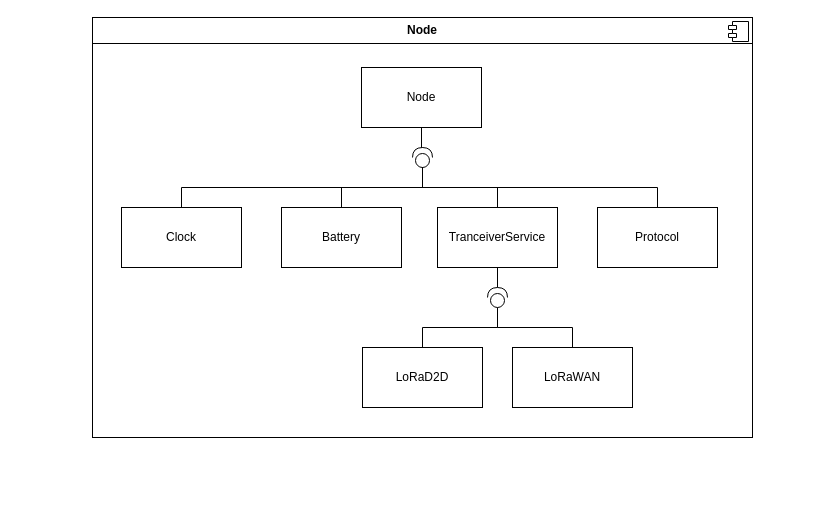
Above: Figures/technicalAnalysis/simulator/node/nodeBlock.drawio in Mikkelnn/ES8-Project (draw.io), before the change. Source tidied: cells renumbered, new cells numbered last; positions are measured from the earlier drawing's top-left corner, leaving out a move shared by most shapes. Both pictures are drawn from the tidied source at 100%, with x=0, y=0 at pixel (92, 17).
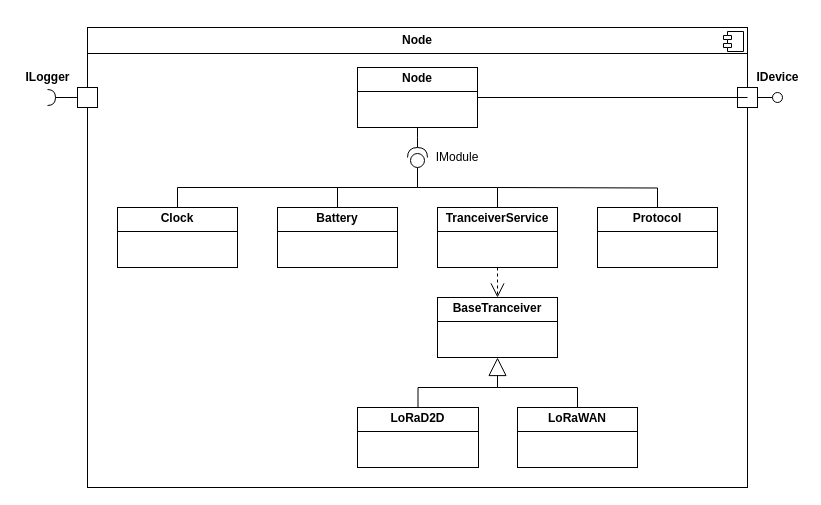
The same page after the edit.

Diff of the diagram source:
```diff
@@
-    <mxCell id="2" style="ellipse;whiteSpace=wrap;html=1;align=center;fillColor=none;strokeColor=none;perimeter=centerPerimeter;" parent="1" vertex="1">
-      <mxGeometry x="124" y="440" width="10" height="10" as="geometry" />
-    </mxCell>
     <mxCell id="3" value="&lt;p style=&quot;margin:0px;margin-top:6px;text-align:center;&quot;&gt;&lt;b&gt;Node&lt;/b&gt;&lt;/p&gt;&lt;hr size=&quot;1&quot; style=&quot;border-style:solid;&quot;&gt;&lt;p style=&quot;margin:0px;margin-left:8px;&quot;&gt;&lt;br&gt;&lt;/p&gt;" style="align=left;overflow=fill;html=1;whiteSpace=wrap;" parent="1" vertex="1">
-      <mxGeometry width="660" height="420" as="geometry" />
+      <mxGeometry x="-5" y="10" width="660" height="460" as="geometry" />
     </mxCell>
@@
+    <mxCell id="2" style="ellipse;whiteSpace=wrap;html=1;align=center;fillColor=none;strokeColor=none;perimeter=centerPerimeter;" parent="1" vertex="1">
+      <mxGeometry x="124" y="440" width="10" height="10" as="geometry" />
+    </mxCell>
-    <mxCell id="5" style="edgeStyle=orthogonalEdgeStyle;rounded=0;jettySize=auto;html=1;endArrow=none;endFill=0;" parent="1" edge="1" source="6" target="16">
+    <mxCell id="5" style="edgeStyle=elbowEdgeStyle;rounded=0;jettySize=auto;html=1;endArrow=none;endFill=0;exitX=0.5;exitY=1;exitDx=0;exitDy=0;" parent="1" edge="1" source="6" target="16">
       <mxGeometry relative="1" as="geometry" />
     </mxCell>
-    <mxCell id="6" value="Node" style="rounded=0;whiteSpace=wrap;html=1;" parent="1" vertex="1">
-      <mxGeometry x="269" y="50" width="120" height="60" as="geometry" />
-    </mxCell>
+    <mxCell id="10" style="edgeStyle=orthogonalEdgeStyle;rounded=0;jettySize=auto;html=1;entryX=0;entryY=0.5;entryDx=0;entryDy=0;entryPerimeter=0;exitX=0.5;exitY=0;exitDx=0;exitDy=0;endArrow=none;endFill=0;" parent="1" edge="1" source="11" target="16">
+      <mxGeometry relative="1" as="geometry">
+        <Array as="points">
+          <mxPoint x="405" y="170" />
+          <mxPoint x="325" y="170" />
+        </Array>
+      </mxGeometry>
+    </mxCell>
+    <mxCell id="12" style="edgeStyle=orthogonalEdgeStyle;rounded=0;jettySize=auto;html=1;endArrow=none;endFill=0;exitX=0.5;exitY=0;exitDx=0;exitDy=0;" parent="1" edge="1" source="13">
+      <mxGeometry relative="1" as="geometry">
+        <mxPoint x="405" y="370" as="targetPoint" />
+        <Array as="points">
+          <mxPoint x="326" y="370" />
+          <mxPoint x="405" y="370" />
+        </Array>
+      </mxGeometry>
+    </mxCell>
+    <mxCell id="16" style="shape=providedRequiredInterface;html=1;verticalLabelPosition=bottom;sketch=0;rotation=-90;" parent="1" vertex="1">
+      <mxGeometry x="315" y="130" width="20" height="20" as="geometry" />
+    </mxCell>
-    <mxCell id="7" value="Clock" style="rounded=0;whiteSpace=wrap;html=1;" parent="1" vertex="1">
-      <mxGeometry x="29" y="190" width="120" height="60" as="geometry" />
+    <mxCell id="7" value="&lt;p style=&quot;margin:0px;margin-top:4px;text-align:center;&quot;&gt;&lt;b&gt;Clock&lt;/b&gt;&lt;/p&gt;&lt;hr size=&quot;1&quot; style=&quot;border-style:solid;&quot;&gt;&lt;div style=&quot;height:2px;&quot;&gt;&lt;/div&gt;" style="verticalAlign=top;align=left;overflow=fill;html=1;whiteSpace=wrap;" parent="1" vertex="1">
+      <mxGeometry x="25" y="190" width="120" height="60" as="geometry" />
     </mxCell>
-    <mxCell id="8" value="Battery" style="rounded=0;whiteSpace=wrap;html=1;" parent="1" vertex="1">
-      <mxGeometry x="189" y="190" width="120" height="60" as="geometry" />
+    <mxCell id="8" value="&lt;p style=&quot;margin:0px;margin-top:4px;text-align:center;&quot;&gt;&lt;b&gt;Battery&lt;/b&gt;&lt;/p&gt;&lt;hr size=&quot;1&quot; style=&quot;border-style:solid;&quot;&gt;&lt;div style=&quot;height:2px;&quot;&gt;&lt;/div&gt;" style="verticalAlign=top;align=left;overflow=fill;html=1;whiteSpace=wrap;" parent="1" vertex="1">
+      <mxGeometry x="185" y="190" width="120" height="60" as="geometry" />
     </mxCell>
+    <mxCell id="11" value="&lt;p style=&quot;margin:0px;margin-top:4px;text-align:center;&quot;&gt;&lt;b&gt;TranceiverService&lt;/b&gt;&lt;/p&gt;&lt;hr size=&quot;1&quot; style=&quot;border-style:solid;&quot;&gt;&lt;div style=&quot;height:2px;&quot;&gt;&lt;/div&gt;" style="verticalAlign=top;align=left;overflow=fill;html=1;whiteSpace=wrap;" parent="1" vertex="1">
+      <mxGeometry x="345" y="190" width="120" height="60" as="geometry" />
+    </mxCell>
-    <mxCell id="9" value="Protocol" style="rounded=0;whiteSpace=wrap;html=1;" parent="1" vertex="1">
+    <mxCell id="9" value="&lt;p style=&quot;margin:0px;margin-top:4px;text-align:center;&quot;&gt;&lt;b&gt;Protocol&lt;/b&gt;&lt;/p&gt;&lt;hr size=&quot;1&quot; style=&quot;border-style:solid;&quot;&gt;&lt;div style=&quot;height:2px;&quot;&gt;&lt;/div&gt;" style="verticalAlign=top;align=left;overflow=fill;html=1;whiteSpace=wrap;" parent="1" vertex="1">
       <mxGeometry x="505" y="190" width="120" height="60" as="geometry" />
     </mxCell>
-    <mxCell id="10" style="edgeStyle=orthogonalEdgeStyle;rounded=0;jettySize=auto;html=1;entryX=0;entryY=0.5;entryDx=0;entryDy=0;entryPerimeter=0;exitX=0.5;exitY=0;exitDx=0;exitDy=0;endArrow=none;endFill=0;" parent="1" edge="1" source="11" target="16">
-      <mxGeometry relative="1" as="geometry" />
-    </mxCell>
-    <mxCell id="11" value="TranceiverService" style="rounded=0;whiteSpace=wrap;html=1;" parent="1" vertex="1">
-      <mxGeometry x="345" y="190" width="120" height="60" as="geometry" />
-    </mxCell>
-    <mxCell id="12" style="edgeStyle=orthogonalEdgeStyle;rounded=0;jettySize=auto;html=1;endArrow=none;endFill=0;entryX=0;entryY=0.5;entryDx=0;entryDy=0;entryPerimeter=0;exitX=0.5;exitY=0;exitDx=0;exitDy=0;" parent="1" edge="1" source="13" target="20">
-      <mxGeometry relative="1" as="geometry">
-        <Array as="points">
-          <mxPoint x="330" y="310" />
-          <mxPoint x="405" y="310" />
-        </Array>
-      </mxGeometry>
-    </mxCell>
+    <mxCell id="15" value="&lt;p style=&quot;margin:0px;margin-top:4px;text-align:center;&quot;&gt;&lt;b&gt;LoRaWAN&lt;/b&gt;&lt;/p&gt;&lt;hr size=&quot;1&quot; style=&quot;border-style:solid;&quot;&gt;&lt;div style=&quot;height:2px;&quot;&gt;&lt;/div&gt;" style="verticalAlign=top;align=left;overflow=fill;html=1;whiteSpace=wrap;" parent="1" vertex="1">
+      <mxGeometry x="425" y="390" width="120" height="60" as="geometry" />
+    </mxCell>
-    <mxCell id="13" value="LoRaD2D" style="rounded=0;whiteSpace=wrap;html=1;" parent="1" vertex="1">
-      <mxGeometry x="270" y="330" width="120" height="60" as="geometry" />
+    <mxCell id="13" value="&lt;p style=&quot;margin:0px;margin-top:4px;text-align:center;&quot;&gt;&lt;b&gt;LoRaD2D&lt;/b&gt;&lt;/p&gt;&lt;hr size=&quot;1&quot; style=&quot;border-style:solid;&quot;&gt;&lt;div style=&quot;height:2px;&quot;&gt;&lt;/div&gt;" style="verticalAlign=top;align=left;overflow=fill;html=1;whiteSpace=wrap;" parent="1" vertex="1">
+      <mxGeometry x="265" y="390" width="121" height="60" as="geometry" />
     </mxCell>
-    <mxCell id="14" style="edgeStyle=orthogonalEdgeStyle;rounded=0;jettySize=auto;html=1;endArrow=none;endFill=0;entryX=0;entryY=0.5;entryDx=0;entryDy=0;entryPerimeter=0;" parent="1" edge="1" source="15" target="20">
-      <mxGeometry relative="1" as="geometry">
-        <Array as="points">
-          <mxPoint x="480" y="310" />
-          <mxPoint x="405" y="310" />
-        </Array>
-      </mxGeometry>
-    </mxCell>
-    <mxCell id="15" value="LoRaWAN" style="rounded=0;whiteSpace=wrap;html=1;" parent="1" vertex="1">
-      <mxGeometry x="420" y="330" width="120" height="60" as="geometry" />
-    </mxCell>
-    <mxCell id="16" style="shape=providedRequiredInterface;html=1;verticalLabelPosition=bottom;sketch=0;rotation=-90;" parent="1" vertex="1">
-      <mxGeometry x="320" y="130" width="20" height="20" as="geometry" />
-    </mxCell>
-    <mxCell id="17" style="edgeStyle=orthogonalEdgeStyle;rounded=0;jettySize=auto;html=1;entryX=0;entryY=0.5;entryDx=0;entryDy=0;entryPerimeter=0;exitX=0.5;exitY=0;exitDx=0;exitDy=0;endArrow=none;endFill=0;" parent="1" edge="1" source="8" target="16">
-      <mxGeometry relative="1" as="geometry" />
-    </mxCell>
-    <mxCell id="18" style="edgeStyle=orthogonalEdgeStyle;rounded=0;jettySize=auto;html=1;entryX=0;entryY=0.5;entryDx=0;entryDy=0;entryPerimeter=0;exitX=0.5;exitY=0;exitDx=0;exitDy=0;endArrow=none;endFill=0;" parent="1" edge="1" source="7" target="16">
-      <mxGeometry relative="1" as="geometry" />
-    </mxCell>
-    <mxCell id="19" style="edgeStyle=orthogonalEdgeStyle;rounded=0;jettySize=auto;html=1;entryX=0;entryY=0.5;entryDx=0;entryDy=0;entryPerimeter=0;exitX=0.5;exitY=0;exitDx=0;exitDy=0;endArrow=none;endFill=0;" parent="1" edge="1" source="9" target="16">
-      <mxGeometry relative="1" as="geometry" />
-    </mxCell>
-    <mxCell id="20" style="shape=providedRequiredInterface;html=1;verticalLabelPosition=bottom;sketch=0;rotation=-90;" parent="1" vertex="1">
-      <mxGeometry x="395" y="270" width="20" height="20" as="geometry" />
-    </mxCell>
-    <mxCell id="21" style="endArrow=none;html=1;rounded=0;entryX=0.5;entryY=1;entryDx=0;entryDy=0;exitX=1;exitY=0.5;exitDx=0;exitDy=0;exitPerimeter=0;" parent="1" edge="1" source="20" target="11">
-      <mxGeometry relative="1" as="geometry" />
-    </mxCell>
+    <mxCell id="6" value="&lt;p style=&quot;margin:0px;margin-top:4px;text-align:center;&quot;&gt;&lt;b&gt;Node&lt;/b&gt;&lt;/p&gt;&lt;hr size=&quot;1&quot; style=&quot;border-style:solid;&quot;&gt;&lt;div style=&quot;height:2px;&quot;&gt;&lt;/div&gt;" style="verticalAlign=top;align=left;overflow=fill;html=1;whiteSpace=wrap;" parent="1" vertex="1">
+      <mxGeometry x="265" y="50" width="120" height="60" as="geometry" />
+    </mxCell>
+    <mxCell id="22" style="endArrow=none;html=1;rounded=0;entryX=0.5;entryY=0;entryDx=0;entryDy=0;edgeStyle=orthogonalEdgeStyle;" parent="1" edge="1" target="9">
+      <mxGeometry relative="1" as="geometry">
+        <mxPoint x="405" y="170" as="sourcePoint" />
+      </mxGeometry>
+    </mxCell>
+    <mxCell id="23" value=" " style="endArrow=none;html=1;rounded=0;exitX=0.5;exitY=0;exitDx=0;exitDy=0;edgeStyle=orthogonalEdgeStyle;" parent="1" edge="1" source="7">
+      <mxGeometry relative="1" as="geometry">
+        <mxPoint x="325" y="170" as="targetPoint" />
+        <Array as="points">
+          <mxPoint x="85" y="170" />
+        </Array>
+      </mxGeometry>
+    </mxCell>
+    <mxCell id="24" style="endArrow=none;html=1;rounded=0;exitX=0.5;exitY=0;exitDx=0;exitDy=0;" parent="1" edge="1" source="8">
+      <mxGeometry relative="1" as="geometry">
+        <mxPoint x="245" y="170" as="targetPoint" />
+      </mxGeometry>
+    </mxCell>
+    <mxCell id="25" value="IModule" style="text;html=1;whiteSpace=wrap;strokeColor=none;fillColor=none;align=center;verticalAlign=middle;rounded=0;" parent="1" vertex="1">
+      <mxGeometry x="335" y="125" width="60" height="30" as="geometry" />
+    </mxCell>
+    <mxCell id="26" value="&lt;p style=&quot;margin:0px;margin-top:4px;text-align:center;&quot;&gt;&lt;b&gt;BaseTranceiver&lt;/b&gt;&lt;/p&gt;&lt;hr size=&quot;1&quot; style=&quot;border-style:solid;&quot;&gt;&lt;div style=&quot;height:2px;&quot;&gt;&lt;/div&gt;" style="verticalAlign=top;align=left;overflow=fill;html=1;whiteSpace=wrap;" parent="1" vertex="1">
+      <mxGeometry x="345" y="280" width="120" height="60" as="geometry" />
+    </mxCell>
+    <mxCell id="27" style="endArrow=open;endSize=12;dashed=1;html=1;rounded=0;exitX=0.5;exitY=1;exitDx=0;exitDy=0;entryX=0.5;entryY=0;entryDx=0;entryDy=0;" parent="1" edge="1" source="11" target="26">
+      <mxGeometry relative="1" as="geometry" />
+    </mxCell>
+    <mxCell id="28" style="endArrow=block;endSize=16;endFill=0;html=1;rounded=0;entryX=0.5;entryY=1;entryDx=0;entryDy=0;exitX=0.5;exitY=0;exitDx=0;exitDy=0;edgeStyle=orthogonalEdgeStyle;" parent="1" edge="1" source="15" target="26">
+      <mxGeometry relative="1" as="geometry">
+        <Array as="points">
+          <mxPoint x="485" y="370" />
+          <mxPoint x="405" y="370" />
+        </Array>
+      </mxGeometry>
+    </mxCell>
+    <mxCell id="29" style="whiteSpace=wrap;html=1;" parent="1" vertex="1">
+      <mxGeometry x="-15" y="70" width="20" height="20" as="geometry" />
+    </mxCell>
+    <mxCell id="30" style="rounded=0;orthogonalLoop=1;jettySize=auto;html=1;endArrow=halfCircle;endFill=0;endSize=6;strokeWidth=1;sketch=0;fontSize=12;curved=1;" parent="1" edge="1">
+      <mxGeometry relative="1" as="geometry">
+        <mxPoint x="-15" y="80" as="sourcePoint" />
+        <mxPoint x="-45" y="80" as="targetPoint" />
+      </mxGeometry>
+    </mxCell>
+    <mxCell id="31" style="ellipse;whiteSpace=wrap;html=1;align=center;fillColor=none;strokeColor=none;perimeter=centerPerimeter;" parent="1" vertex="1">
+      <mxGeometry x="-40" y="75" width="10" height="10" as="geometry" />
+    </mxCell>
+    <mxCell id="32" value=" " style="whiteSpace=wrap;html=1;" parent="1" vertex="1">
+      <mxGeometry x="645" y="70" width="20" height="20" as="geometry" />
+    </mxCell>
+    <mxCell id="33" style="rounded=0;jettySize=auto;html=1;endArrow=oval;endFill=0;sketch=0;sourcePerimeterSpacing=0;targetPerimeterSpacing=0;endSize=10;" parent="1" edge="1" target="34">
+      <mxGeometry relative="1" as="geometry">
+        <mxPoint x="665" y="80" as="sourcePoint" />
+      </mxGeometry>
+    </mxCell>
+    <mxCell id="34" style="ellipse;whiteSpace=wrap;html=1;align=center;fillColor=none;strokeColor=none;perimeter=centerPerimeter;points=[];outlineConnect=1;" parent="1" vertex="1">
+      <mxGeometry x="680" y="75" width="10" height="10" as="geometry" />
+    </mxCell>
+    <mxCell id="35" value="IDevice" style="text;align=center;fontStyle=1;verticalAlign=middle;spacingLeft=3;spacingRight=3;strokeColor=none;html=1;" parent="1" vertex="1">
+      <mxGeometry x="658.5" y="50" width="53" height="20" as="geometry" />
+    </mxCell>
+    <mxCell id="36" value="ILogger" style="text;align=center;fontStyle=1;verticalAlign=middle;spacingLeft=3;spacingRight=3;strokeColor=none;html=1;" parent="1" vertex="1">
+      <mxGeometry x="-75" y="50" width="60" height="20" as="geometry" />
+    </mxCell>
+    <mxCell id="37" style="ellipse;whiteSpace=wrap;html=1;align=center;fillColor=none;strokeColor=none;perimeter=centerPerimeter;" parent="1" vertex="1">
+      <mxGeometry x="470" y="80" width="10" height="10" as="geometry" />
+    </mxCell>
+    <mxCell id="38" style="ellipse;whiteSpace=wrap;html=1;align=center;fillColor=none;strokeColor=none;perimeter=centerPerimeter;rotation=-180;" parent="1" vertex="1">
+      <mxGeometry x="500" y="75" width="10" height="10" as="geometry" />
+    </mxCell>
+    <mxCell id="39" style="endArrow=none;html=1;rounded=0;exitX=1;exitY=0.5;exitDx=0;exitDy=0;" parent="1" edge="1" source="6">
+      <mxGeometry relative="1" as="geometry">
+        <mxPoint x="655" y="80" as="targetPoint" />
+      </mxGeometry>
+    </mxCell>
```
